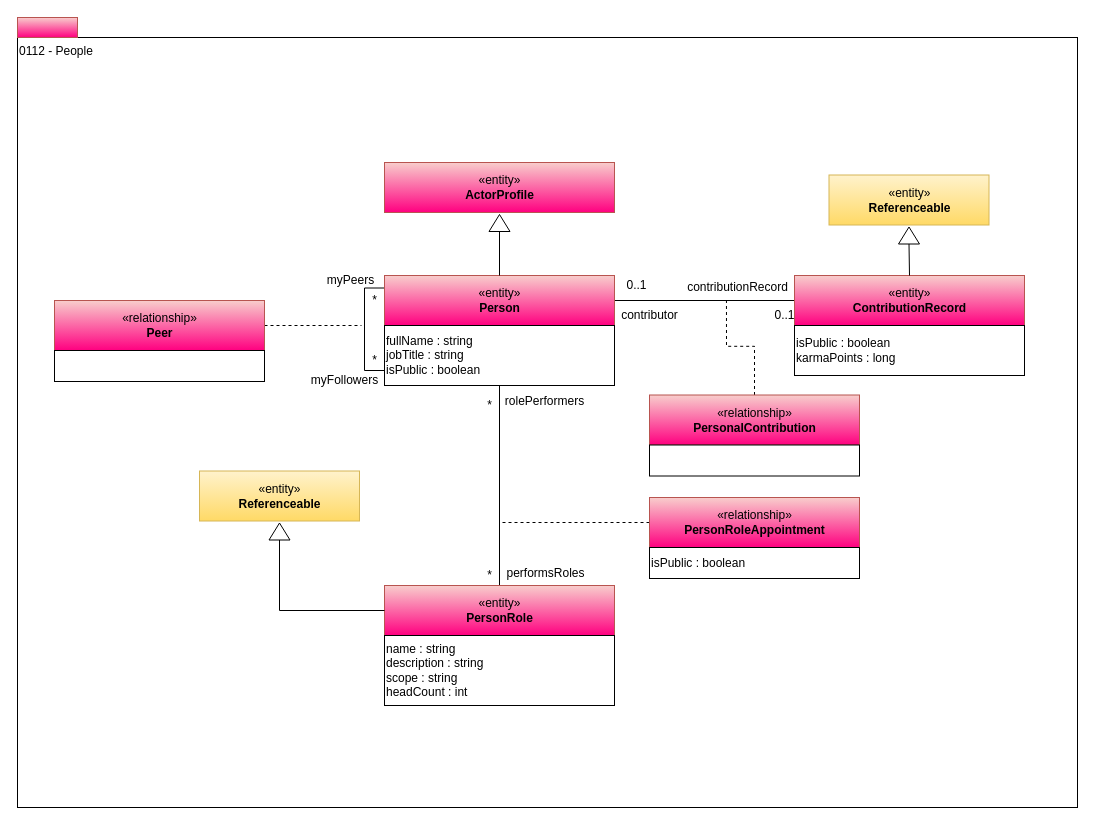
Earlier version of the draw.io diagram page "0112-People" (3 of 12) of site/docs/types/1/area-1-collaboration.drawio (odpi/egeria-docs). Source tidied: cells renumbered, new cells numbered last; positions are measured from the earlier drawing's top-left corner, leaving out a move shared by most shapes. Both pictures are drawn from the tidied source at 100%, with x=0, y=0 at pixel (17, 17).
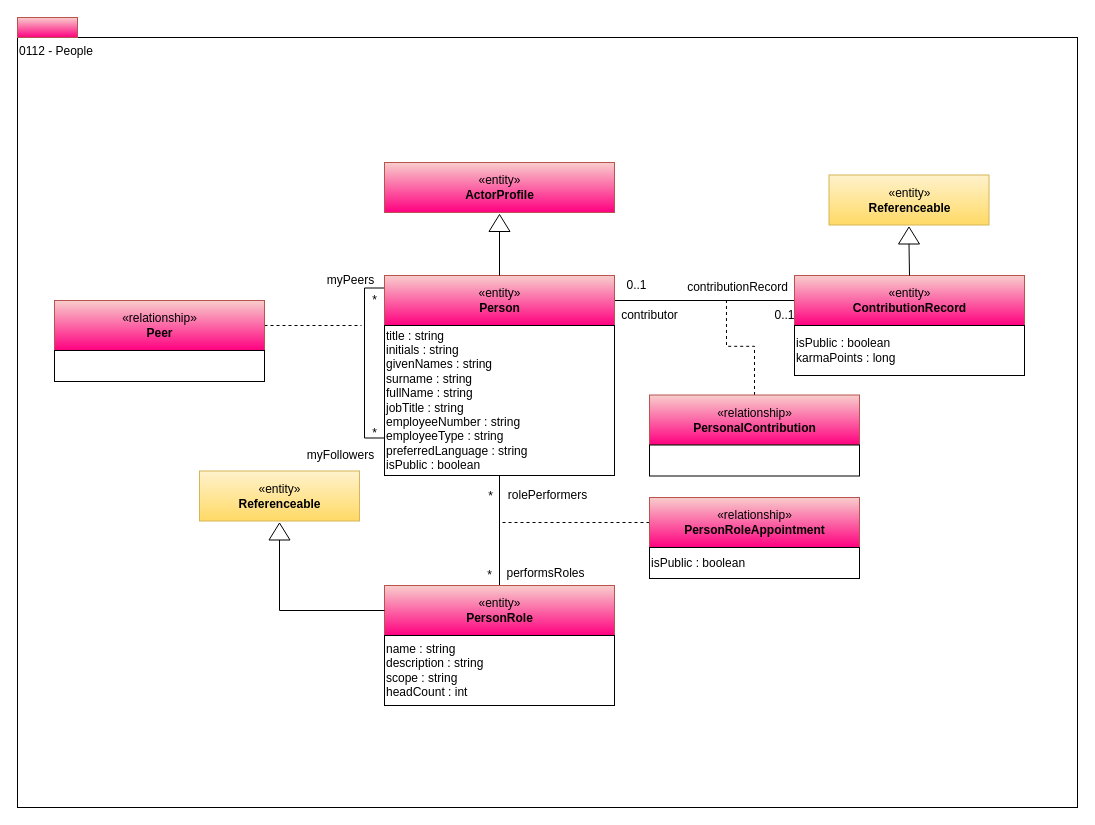
Above is the later version.

The edit, as a diff of the source:
```diff
@@
-    <mxCell id="8" value="fullName : string&lt;br&gt;jobTitle : string&lt;br&gt;isPublic : boolean" style="rounded=0;whiteSpace=wrap;html=1;align=left;" parent="1" vertex="1">
-      <mxGeometry x="367" y="308" width="230" height="60" as="geometry" />
+    <mxCell id="8" value="title : string&lt;br&gt;initials : string&lt;br&gt;givenNames : string&lt;br&gt;surname : string&lt;br&gt;fullName : string&lt;br&gt;jobTitle : string&lt;br&gt;employeeNumber : string&lt;br&gt;employeeType : string&lt;br&gt;preferredLanguage : string&lt;br&gt;isPublic : boolean" style="rounded=0;whiteSpace=wrap;html=1;align=left;" parent="1" vertex="1">
+      <mxGeometry x="367" y="308" width="230" height="150" as="geometry" />
     </mxCell>
@@
     <mxCell id="16" value="*" style="text;html=1;align=center;verticalAlign=top;spacingTop=-4;" parent="1" vertex="1">
-      <mxGeometry x="462" y="377.5" width="20" height="20" as="geometry" />
+      <mxGeometry x="463" y="468.5" width="20" height="20" as="geometry" />
     </mxCell>
@@
     <mxCell id="18" value="rolePerformers" style="text;html=1;align=center;verticalAlign=top;spacingTop=-4;" parent="1" vertex="1">
-      <mxGeometry x="482" y="373.5" width="90" height="20" as="geometry" />
+      <mxGeometry x="485" y="468" width="90" height="20" as="geometry" />
     </mxCell>
@@
     <mxCell id="25" value="*" style="text;html=1;align=center;verticalAlign=top;spacingTop=-4;" parent="1" vertex="1">
-      <mxGeometry x="347" y="333" width="20" height="20" as="geometry" />
+      <mxGeometry x="347" y="406" width="20" height="20" as="geometry" />
     </mxCell>
@@
     <mxCell id="27" value="myFollowers" style="text;html=1;align=center;verticalAlign=top;spacingTop=-4;" parent="1" vertex="1">
-      <mxGeometry x="287" y="353" width="80" height="20" as="geometry" />
+      <mxGeometry x="283" y="427.5" width="80" height="20" as="geometry" />
     </mxCell>
```
